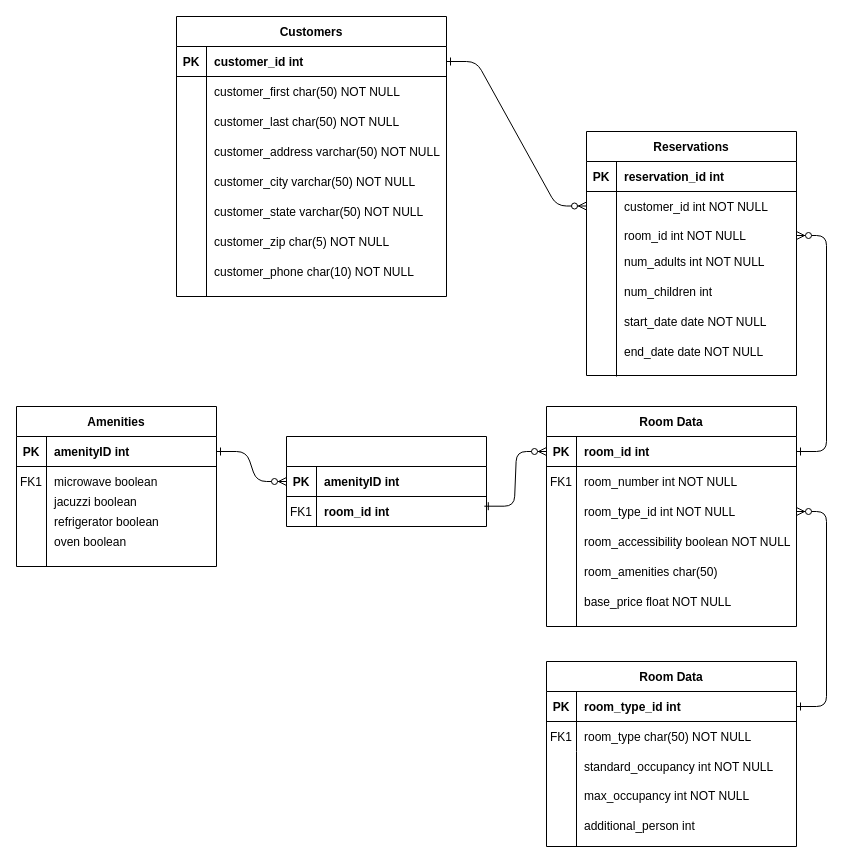
The draw.io diagram Untitled Diagram.drawio in Harsh-Patel73/C296, before the edit. Source tidied: cells renumbered, new cells numbered last; positions are measured from the earlier drawing's top-left corner, leaving out a move shared by most shapes. Both pictures are drawn from the tidied source at 100%, with x=0, y=0 at pixel (16, 16).
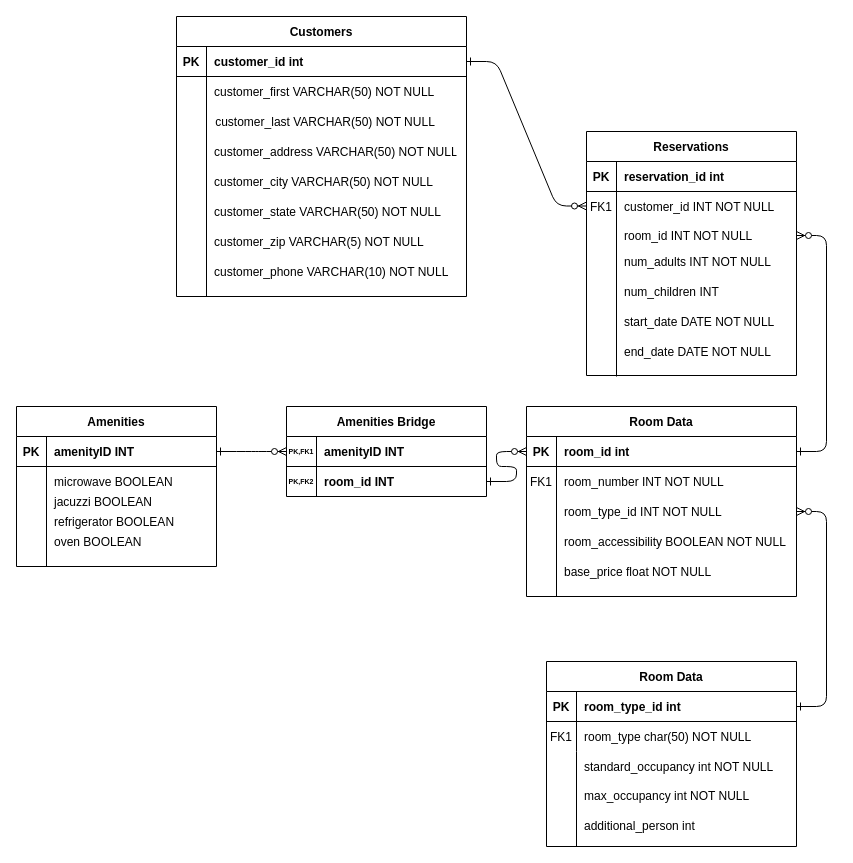
After the change.

The change refers to these unchanged cells:
```xml
<mxCell id="8" style="shape=partialRectangle;fillColor=none;points=[[0,0.5],[1,0.5]];portConstraint=eastwest;top=0;left=0;right=0;bottom=0;" parent="4" vertex="1">
  <mxGeometry y="60" width="210" height="29" as="geometry" />
</mxCell>
<mxCell id="11" style="shape=partialRectangle;fillColor=none;points=[[0,0.5],[1,0.5]];portConstraint=eastwest;top=0;left=0;right=0;bottom=0;" parent="4" vertex="1">
  <mxGeometry y="89" width="210" height="30" as="geometry" />
</mxCell>
<mxCell id="45" style="shape=partialRectangle;fillColor=none;top=0;left=0;right=0;bottom=0;" parent="1" vertex="1">
  <mxGeometry x="570" y="230" width="250" height="30" as="geometry" />
</mxCell>
<mxCell id="70" style="shape=partialRectangle;fillColor=none;points=[[0,0.5],[1,0.5]];portConstraint=eastwest;top=0;left=0;right=0;bottom=1;" parent="69" vertex="1">
  <mxGeometry y="30" width="200" height="30" as="geometry" />
</mxCell>
<mxCell id="73" style="shape=partialRectangle;fillColor=none;top=0;left=0;right=0;bottom=0;" parent="69" vertex="1">
  <mxGeometry y="60" width="200" height="30" as="geometry" />
</mxCell>
<mxCell id="80" style="shape=partialRectangle;fillColor=none;points=[[0,0.5],[1,0.5]];portConstraint=eastwest;top=0;left=0;right=0;bottom=1;" parent="79" vertex="1">
  <mxGeometry y="30" width="200" height="30" as="geometry" />
</mxCell>
<mxCell id="83" style="shape=partialRectangle;fillColor=none;points=[[0,0.5],[1,0.5]];portConstraint=eastwest;top=0;left=0;right=0;bottom=0;" parent="79" vertex="1">
  <mxGeometry y="60" width="200" height="30" as="geometry" />
</mxCell>
```

The edit, as a diff of the source:
```diff
@@
-    <mxCell id="9" style="shape=partialRectangle;overflow=hidden;fillColor=none;top=0;left=0;bottom=0;right=0;" parent="8" vertex="1">
+    <mxCell id="9" value="FK1" style="shape=partialRectangle;overflow=hidden;fillColor=none;top=0;left=0;bottom=0;right=0;" parent="8" vertex="1">
       <mxGeometry width="30" height="29" as="geometry" />
     </mxCell>
-    <mxCell id="10" value="customer_id int NOT NULL" style="shape=partialRectangle;overflow=hidden;fillColor=none;top=0;left=0;bottom=0;right=0;align=left;spacingLeft=6;flipH=1;flipV=1;verticalAlign=middle;" parent="8" vertex="1">
+    <mxCell id="10" value="customer_id INT NOT NULL " style="shape=partialRectangle;overflow=hidden;fillColor=none;top=0;left=0;bottom=0;right=0;align=left;spacingLeft=6;flipH=1;flipV=1;verticalAlign=middle;" parent="8" vertex="1">
       <mxGeometry x="30" width="180" height="29" as="geometry" />
     </mxCell>
@@
-    <mxCell id="13" value="room_id int NOT NULL" style="shape=partialRectangle;overflow=hidden;fillColor=none;top=0;left=0;bottom=0;right=0;align=left;spacingLeft=6;" parent="11" vertex="1">
+    <mxCell id="13" value="room_id INT NOT NULL" style="shape=partialRectangle;overflow=hidden;fillColor=none;top=0;left=0;bottom=0;right=0;align=left;spacingLeft=6;" parent="11" vertex="1">
       <mxGeometry x="30" width="180" height="30" as="geometry" />
     </mxCell>
     <mxCell id="14" value="Room Data" style="shape=table;startSize=30;childLayout=tableLayout;rowLines=0;fontStyle=1;align=center;" parent="1" vertex="1">
-      <mxGeometry x="530" y="390" width="250" height="220" as="geometry" />
+      <mxGeometry x="510" y="390" width="270" height="190" as="geometry" />
     </mxCell>
     <mxCell id="15" style="shape=partialRectangle;fillColor=none;points=[[0,0.5],[1,0.5]];portConstraint=eastwest;top=0;left=0;right=0;bottom=1;" parent="14" vertex="1">
-      <mxGeometry y="30" width="250" height="30" as="geometry" />
+      <mxGeometry y="30" width="270" height="30" as="geometry" />
     </mxCell>
@@
     <mxCell id="17" value="room_id int" style="shape=partialRectangle;overflow=hidden;fillColor=none;top=0;left=0;bottom=0;right=0;align=left;spacingLeft=6;fontStyle=1;" parent="15" vertex="1">
-      <mxGeometry x="30" width="220" height="30" as="geometry" />
+      <mxGeometry x="30" width="240" height="30" as="geometry" />
     </mxCell>
     <mxCell id="18" style="shape=partialRectangle;fillColor=none;top=0;left=0;right=0;bottom=0;" parent="14" vertex="1">
-      <mxGeometry y="60" width="250" height="30" as="geometry" />
+      <mxGeometry y="60" width="270" height="30" as="geometry" />
     </mxCell>
@@
     <mxCell id="20" style="shape=partialRectangle;overflow=hidden;fillColor=none;top=0;left=0;bottom=0;right=0;align=left;spacingLeft=6;" parent="18" vertex="1">
-      <mxGeometry x="30" width="220" height="30" as="geometry" />
+      <mxGeometry x="30" width="240" height="30" as="geometry" />
     </mxCell>
     <mxCell id="21" style="shape=partialRectangle;fillColor=none;points=[[0,0.5],[1,0.5]];portConstraint=eastwest;top=0;left=0;right=0;bottom=0;" parent="14" vertex="1">
-      <mxGeometry y="90" width="250" height="30" as="geometry" />
+      <mxGeometry y="90" width="270" height="30" as="geometry" />
     </mxCell>
@@
-    <mxCell id="23" value="room_type_id int NOT NULL" style="shape=partialRectangle;overflow=hidden;fillColor=none;top=0;left=0;bottom=0;right=0;align=left;spacingLeft=6;" parent="21" vertex="1">
-      <mxGeometry x="30" width="220" height="30" as="geometry" />
+    <mxCell id="23" value="room_type_id INT NOT NULL" style="shape=partialRectangle;overflow=hidden;fillColor=none;top=0;left=0;bottom=0;right=0;align=left;spacingLeft=6;" parent="21" vertex="1">
+      <mxGeometry x="30" width="240" height="30" as="geometry" />
     </mxCell>
     <mxCell id="24" value="Customers" style="shape=table;startSize=30;childLayout=tableLayout;rowLines=0;fontStyle=1;align=center;" parent="1" vertex="1">
-      <mxGeometry x="160" width="270" height="280" as="geometry" />
+      <mxGeometry x="160" width="290" height="280" as="geometry" />
     </mxCell>
     <mxCell id="25" style="shape=partialRectangle;fillColor=none;points=[[0,0.5],[1,0.5]];portConstraint=eastwest;top=0;left=0;right=0;bottom=1;" parent="24" vertex="1">
-      <mxGeometry y="30" width="270" height="30" as="geometry" />
+      <mxGeometry y="30" width="290" height="30" as="geometry" />
     </mxCell>
@@
     <mxCell id="27" value="customer_id int" style="shape=partialRectangle;overflow=hidden;fillColor=none;top=0;left=0;bottom=0;right=0;align=left;spacingLeft=6;fontStyle=1;" parent="25" vertex="1">
-      <mxGeometry x="30" width="240" height="30" as="geometry" />
+      <mxGeometry x="30" width="260" height="30" as="geometry" />
     </mxCell>
     <mxCell id="28" style="shape=partialRectangle;fillColor=none;top=0;left=0;right=0;bottom=0;" parent="24" vertex="1">
-      <mxGeometry y="60" width="270" height="30" as="geometry" />
+      <mxGeometry y="60" width="290" height="30" as="geometry" />
     </mxCell>
@@
-    <mxCell id="30" value="customer_first char(50) NOT NULL" style="shape=partialRectangle;overflow=hidden;fillColor=none;top=0;left=0;bottom=0;right=0;align=left;spacingLeft=6;" parent="28" vertex="1">
-      <mxGeometry x="30" width="240" height="30" as="geometry" />
+    <mxCell id="30" value="customer_first VARCHAR(50) NOT NULL" style="shape=partialRectangle;overflow=hidden;fillColor=none;top=0;left=0;bottom=0;right=0;align=left;spacingLeft=6;" parent="28" vertex="1">
+      <mxGeometry x="30" width="260" height="30" as="geometry" />
     </mxCell>
@@
-    <mxCell id="33" value="customer_city varchar(50) NOT NULL" style="shape=partialRectangle;overflow=hidden;fillColor=none;top=0;left=0;bottom=0;right=0;align=left;spacingLeft=6;" parent="1" vertex="1">
-      <mxGeometry x="190" y="150" width="220" height="30" as="geometry" />
+    <mxCell id="33" value="customer_city VARCHAR(50) NOT NULL" style="shape=partialRectangle;overflow=hidden;fillColor=none;top=0;left=0;bottom=0;right=0;align=left;spacingLeft=6;" parent="1" vertex="1">
+      <mxGeometry x="190" y="150" width="250" height="30" as="geometry" />
     </mxCell>
-    <mxCell id="34" value="customer_state varchar(50) NOT NULL" style="shape=partialRectangle;overflow=hidden;fillColor=none;top=0;left=0;bottom=0;right=0;align=left;spacingLeft=6;" parent="1" vertex="1">
-      <mxGeometry x="190" y="180" width="220" height="30" as="geometry" />
+    <mxCell id="34" value="customer_state VARCHAR(50) NOT NULL" style="shape=partialRectangle;overflow=hidden;fillColor=none;top=0;left=0;bottom=0;right=0;align=left;spacingLeft=6;" parent="1" vertex="1">
+      <mxGeometry x="190" y="180" width="240" height="30" as="geometry" />
     </mxCell>
-    <mxCell id="35" value="customer_zip char(5) NOT NULL" style="shape=partialRectangle;overflow=hidden;fillColor=none;top=0;left=0;bottom=0;right=0;align=left;spacingLeft=6;" parent="1" vertex="1">
+    <mxCell id="35" value="customer_zip VARCHAR(5) NOT NULL" style="shape=partialRectangle;overflow=hidden;fillColor=none;top=0;left=0;bottom=0;right=0;align=left;spacingLeft=6;" parent="1" vertex="1">
       <mxGeometry x="190" y="210" width="220" height="30" as="geometry" />
     </mxCell>
-    <mxCell id="36" value="customer_phone char(10) NOT NULL" style="shape=partialRectangle;overflow=hidden;fillColor=none;top=0;left=0;bottom=0;right=0;align=left;spacingLeft=6;" parent="1" vertex="1">
-      <mxGeometry x="190" y="240" width="220" height="30" as="geometry" />
+    <mxCell id="36" value="customer_phone VARCHAR(10) NOT NULL" style="shape=partialRectangle;overflow=hidden;fillColor=none;top=0;left=0;bottom=0;right=0;align=left;spacingLeft=6;" parent="1" vertex="1">
+      <mxGeometry x="190" y="240" width="250" height="30" as="geometry" />
     </mxCell>
-    <mxCell id="37" value="num_children int" style="shape=partialRectangle;overflow=hidden;fillColor=none;top=0;left=0;bottom=0;right=0;align=left;spacingLeft=6;" parent="1" vertex="1">
+    <mxCell id="37" value="num_children INT" style="shape=partialRectangle;overflow=hidden;fillColor=none;top=0;left=0;bottom=0;right=0;align=left;spacingLeft=6;" parent="1" vertex="1">
       <mxGeometry x="600" y="260" width="220" height="30" as="geometry" />
     </mxCell>
-    <mxCell id="38" value="start_date date NOT NULL" style="shape=partialRectangle;overflow=hidden;fillColor=none;top=0;left=0;bottom=0;right=0;align=left;spacingLeft=6;" parent="1" vertex="1">
+    <mxCell id="38" value="start_date DATE NOT NULL" style="shape=partialRectangle;overflow=hidden;fillColor=none;top=0;left=0;bottom=0;right=0;align=left;spacingLeft=6;" parent="1" vertex="1">
       <mxGeometry x="600" y="290" width="220" height="30" as="geometry" />
     </mxCell>
-    <mxCell id="39" value="end_date date NOT NULL" style="shape=partialRectangle;overflow=hidden;fillColor=none;top=0;left=0;bottom=0;right=0;align=left;spacingLeft=6;" parent="1" vertex="1">
+    <mxCell id="39" value="end_date DATE NOT NULL" style="shape=partialRectangle;overflow=hidden;fillColor=none;top=0;left=0;bottom=0;right=0;align=left;spacingLeft=6;" parent="1" vertex="1">
       <mxGeometry x="600" y="320" width="220" height="30" as="geometry" />
     </mxCell>
-    <mxCell id="40" value="room_accessibility boolean NOT NULL" style="shape=partialRectangle;overflow=hidden;fillColor=none;top=0;left=0;bottom=0;right=0;align=left;spacingLeft=6;" parent="1" vertex="1">
-      <mxGeometry x="560" y="510" width="220" height="30" as="geometry" />
+    <mxCell id="40" value="room_accessibility BOOLEAN NOT NULL" style="shape=partialRectangle;overflow=hidden;fillColor=none;top=0;left=0;bottom=0;right=0;align=left;spacingLeft=6;" parent="1" vertex="1">
+      <mxGeometry x="540" y="510" width="230" height="30" as="geometry" />
     </mxCell>
-    <mxCell id="41" value="room_number int NOT NULL" style="shape=partialRectangle;overflow=hidden;fillColor=none;top=0;left=0;bottom=0;right=0;align=left;spacingLeft=6;" parent="1" vertex="1">
-      <mxGeometry x="560" y="450" width="220" height="30" as="geometry" />
+    <mxCell id="41" value="room_number INT NOT NULL" style="shape=partialRectangle;overflow=hidden;fillColor=none;top=0;left=0;bottom=0;right=0;align=left;spacingLeft=6;" parent="1" vertex="1">
+      <mxGeometry x="540" y="450" width="220" height="30" as="geometry" />
     </mxCell>
-    <mxCell id="42" style="endArrow=none;html=1;rounded=0;" parent="1" edge="1">
-      <mxGeometry relative="1" as="geometry">
-        <mxPoint x="560" y="610" as="sourcePoint" />
-        <mxPoint x="560" y="470" as="targetPoint" />
-      </mxGeometry>
-    </mxCell>
@@
-    <mxCell id="47" value="num_adults int NOT NULL" style="shape=partialRectangle;overflow=hidden;fillColor=none;top=0;left=0;bottom=0;right=0;align=left;spacingLeft=6;" parent="45" vertex="1">
+    <mxCell id="47" value="num_adults INT NOT NULL" style="shape=partialRectangle;overflow=hidden;fillColor=none;top=0;left=0;bottom=0;right=0;align=left;spacingLeft=6;" parent="45" vertex="1">
       <mxGeometry x="30" width="220" height="30" as="geometry" />
     </mxCell>
     <mxCell id="48" style="shape=partialRectangle;fillColor=none;top=0;left=0;right=0;bottom=0;" parent="1" vertex="1">
-      <mxGeometry x="160" y="90" width="250" height="30" as="geometry" />
+      <mxGeometry x="160" y="90" width="260" height="30" as="geometry" />
     </mxCell>
     <mxCell id="49" style="shape=partialRectangle;overflow=hidden;fillColor=none;top=0;left=0;bottom=0;right=0;" parent="48" vertex="1">
-      <mxGeometry width="30" height="30" as="geometry" />
+      <mxGeometry width="31.2" height="30" as="geometry" />
     </mxCell>
-    <mxCell id="50" value="customer_last char(50) NOT NULL" style="shape=partialRectangle;overflow=hidden;fillColor=none;top=0;left=0;bottom=0;right=0;align=left;spacingLeft=6;" parent="48" vertex="1">
-      <mxGeometry x="30" width="220" height="30" as="geometry" />
+    <mxCell id="50" value="customer_last VARCHAR(50) NOT NULL" style="shape=partialRectangle;overflow=hidden;fillColor=none;top=0;left=0;bottom=0;right=0;align=left;spacingLeft=6;" parent="48" vertex="1">
+      <mxGeometry x="31.2" width="228.8" height="30" as="geometry" />
     </mxCell>
@@
-    <mxCell id="64" value="customer_address varchar(50) NOT NULL" style="shape=partialRectangle;overflow=hidden;fillColor=none;top=0;left=0;bottom=0;right=0;align=left;spacingLeft=6;" parent="1" vertex="1">
-      <mxGeometry x="190" y="120" width="240" height="30" as="geometry" />
+    <mxCell id="64" value="customer_address VARCHAR(50) NOT NULL" style="shape=partialRectangle;overflow=hidden;fillColor=none;top=0;left=0;bottom=0;right=0;align=left;spacingLeft=6;" parent="1" vertex="1">
+      <mxGeometry x="190" y="120" width="250" height="30" as="geometry" />
     </mxCell>
@@
-    <mxCell id="66" value="room_amenities char(50)" style="shape=partialRectangle;overflow=hidden;fillColor=none;top=0;left=0;bottom=0;right=0;align=left;spacingLeft=6;" parent="1" vertex="1">
+    <mxCell id="66" style="shape=partialRectangle;overflow=hidden;fillColor=none;top=0;left=0;bottom=0;right=0;align=left;spacingLeft=6;" parent="1" vertex="1">
       <mxGeometry x="560" y="540" width="220" height="30" as="geometry" />
     </mxCell>
@@
     <mxCell id="68" value="base_price float NOT NULL" style="shape=partialRectangle;overflow=hidden;fillColor=none;top=0;left=0;bottom=0;right=0;align=left;spacingLeft=6;" parent="1" vertex="1">
-      <mxGeometry x="560" y="570" width="220" height="30" as="geometry" />
+      <mxGeometry x="540" y="540" width="220" height="30" as="geometry" />
     </mxCell>
@@
-    <mxCell id="72" value="amenityID int" style="shape=partialRectangle;overflow=hidden;fillColor=none;top=0;left=0;bottom=0;right=0;align=left;spacingLeft=6;fontStyle=1;" parent="70" vertex="1">
+    <mxCell id="72" value="amenityID INT" style="shape=partialRectangle;overflow=hidden;fillColor=none;top=0;left=0;bottom=0;right=0;align=left;spacingLeft=6;fontStyle=1;" parent="70" vertex="1">
       <mxGeometry x="30" width="170" height="30" as="geometry" />
     </mxCell>
@@
-    <mxCell id="74" value="FK1" style="shape=partialRectangle;overflow=hidden;fillColor=none;top=0;left=0;bottom=0;right=0;" parent="73" vertex="1">
+    <mxCell id="74" style="shape=partialRectangle;overflow=hidden;fillColor=none;top=0;left=0;bottom=0;right=0;" parent="73" vertex="1">
       <mxGeometry width="30" height="30" as="geometry" />
     </mxCell>
-    <mxCell id="75" value="microwave boolean" style="shape=partialRectangle;overflow=hidden;fillColor=none;top=0;left=0;bottom=0;right=0;align=left;spacingLeft=6;" parent="73" vertex="1">
+    <mxCell id="75" value="microwave BOOLEAN" style="shape=partialRectangle;overflow=hidden;fillColor=none;top=0;left=0;bottom=0;right=0;align=left;spacingLeft=6;" parent="73" vertex="1">
       <mxGeometry x="30" width="170" height="30" as="geometry" />
     </mxCell>
@@
-    <mxCell id="79" style="shape=table;startSize=30;childLayout=tableLayout;rowLines=0;fontStyle=1;align=center;" parent="1" vertex="1">
-      <mxGeometry x="270" y="420" width="200" height="90" as="geometry" />
+    <mxCell id="79" value="Amenities Bridge" style="shape=table;startSize=30;childLayout=tableLayout;rowLines=0;fontStyle=1;align=center;" parent="1" vertex="1">
+      <mxGeometry x="270" y="390" width="200" height="90" as="geometry" />
     </mxCell>
@@
-    <mxCell id="81" value="PK" style="shape=partialRectangle;overflow=hidden;fillColor=none;top=0;left=0;bottom=0;right=0;fontStyle=1;" parent="80" vertex="1">
+    <mxCell id="81" value="PK,FK1" style="shape=partialRectangle;overflow=hidden;fillColor=none;top=0;left=0;bottom=0;right=0;fontStyle=1;fontSize=7;" parent="80" vertex="1">
       <mxGeometry width="30" height="30" as="geometry" />
     </mxCell>
-    <mxCell id="82" value="amenityID int" style="shape=partialRectangle;overflow=hidden;fillColor=none;top=0;left=0;bottom=0;right=0;align=left;spacingLeft=6;fontStyle=1;" parent="80" vertex="1">
+    <mxCell id="82" value="amenityID INT" style="shape=partialRectangle;overflow=hidden;fillColor=none;top=0;left=0;bottom=0;right=0;align=left;spacingLeft=6;fontStyle=1;" parent="80" vertex="1">
       <mxGeometry x="30" width="170" height="30" as="geometry" />
     </mxCell>
@@
-    <mxCell id="84" value="FK1" style="shape=partialRectangle;overflow=hidden;fillColor=none;top=0;left=0;bottom=0;right=0;" parent="83" vertex="1">
+    <mxCell id="84" value="PK,FK2" style="shape=partialRectangle;overflow=hidden;fillColor=none;top=0;left=0;bottom=0;right=0;fontSize=7;fontStyle=1;" parent="83" vertex="1">
       <mxGeometry width="30" height="30" as="geometry" />
     </mxCell>
-    <mxCell id="85" value="room_id int" style="shape=partialRectangle;overflow=hidden;fillColor=none;top=0;left=0;bottom=0;right=0;align=left;spacingLeft=6;fontStyle=1;" parent="83" vertex="1">
+    <mxCell id="85" value="room_id INT" style="shape=partialRectangle;overflow=hidden;fillColor=none;top=0;left=0;bottom=0;right=0;align=left;spacingLeft=6;fontStyle=1;" parent="83" vertex="1">
       <mxGeometry x="30" width="170" height="30" as="geometry" />
     </mxCell>
@@
-    <mxCell id="87" style="edgeStyle=entityRelationEdgeStyle;endArrow=ERzeroToMany;startArrow=ERone;endFill=1;startFill=0;entryX=0;entryY=0.5;entryDx=0;entryDy=0;exitX=0.989;exitY=-0.013;exitDx=0;exitDy=0;exitPerimeter=0;" parent="1" edge="1" target="15">
-      <mxGeometry relative="1" as="geometry">
-        <mxPoint x="467.8" y="489.7" as="sourcePoint" />
-      </mxGeometry>
+    <mxCell id="87" style="edgeStyle=entityRelationEdgeStyle;endArrow=ERzeroToMany;startArrow=ERone;endFill=1;startFill=0;entryX=0;entryY=0.5;entryDx=0;entryDy=0;exitX=1;exitY=0.5;exitDx=0;exitDy=0;" parent="1" edge="1" source="83" target="15">
+      <mxGeometry relative="1" as="geometry" />
     </mxCell>
-    <mxCell id="88" value="jacuzzi boolean" style="shape=partialRectangle;overflow=hidden;fillColor=none;top=0;left=0;bottom=0;right=0;align=left;spacingLeft=6;" parent="1" vertex="1">
+    <mxCell id="88" value="jacuzzi BOOLEAN" style="shape=partialRectangle;overflow=hidden;fillColor=none;top=0;left=0;bottom=0;right=0;align=left;spacingLeft=6;" parent="1" vertex="1">
       <mxGeometry x="30" y="470" width="170" height="30" as="geometry" />
     </mxCell>
-    <mxCell id="89" value="refrigerator boolean" style="shape=partialRectangle;overflow=hidden;fillColor=none;top=0;left=0;bottom=0;right=0;align=left;spacingLeft=6;" parent="1" vertex="1">
+    <mxCell id="89" value="refrigerator BOOLEAN" style="shape=partialRectangle;overflow=hidden;fillColor=none;top=0;left=0;bottom=0;right=0;align=left;spacingLeft=6;" parent="1" vertex="1">
       <mxGeometry x="30" y="490" width="170" height="30" as="geometry" />
     </mxCell>
-    <mxCell id="90" value="oven boolean" style="shape=partialRectangle;overflow=hidden;fillColor=none;top=0;left=0;bottom=0;right=0;align=left;spacingLeft=6;" parent="1" vertex="1">
+    <mxCell id="90" value="oven BOOLEAN" style="shape=partialRectangle;overflow=hidden;fillColor=none;top=0;left=0;bottom=0;right=0;align=left;spacingLeft=6;" parent="1" vertex="1">
       <mxGeometry x="30" y="510" width="170" height="30" as="geometry" />
     </mxCell>
@@
+    <mxCell id="92" style="endArrow=none;html=1;rounded=0;" parent="1" edge="1">
+      <mxGeometry relative="1" as="geometry">
+        <mxPoint x="540" y="580" as="sourcePoint" />
+        <mxPoint x="540" y="430" as="targetPoint" />
+      </mxGeometry>
+    </mxCell>
```
